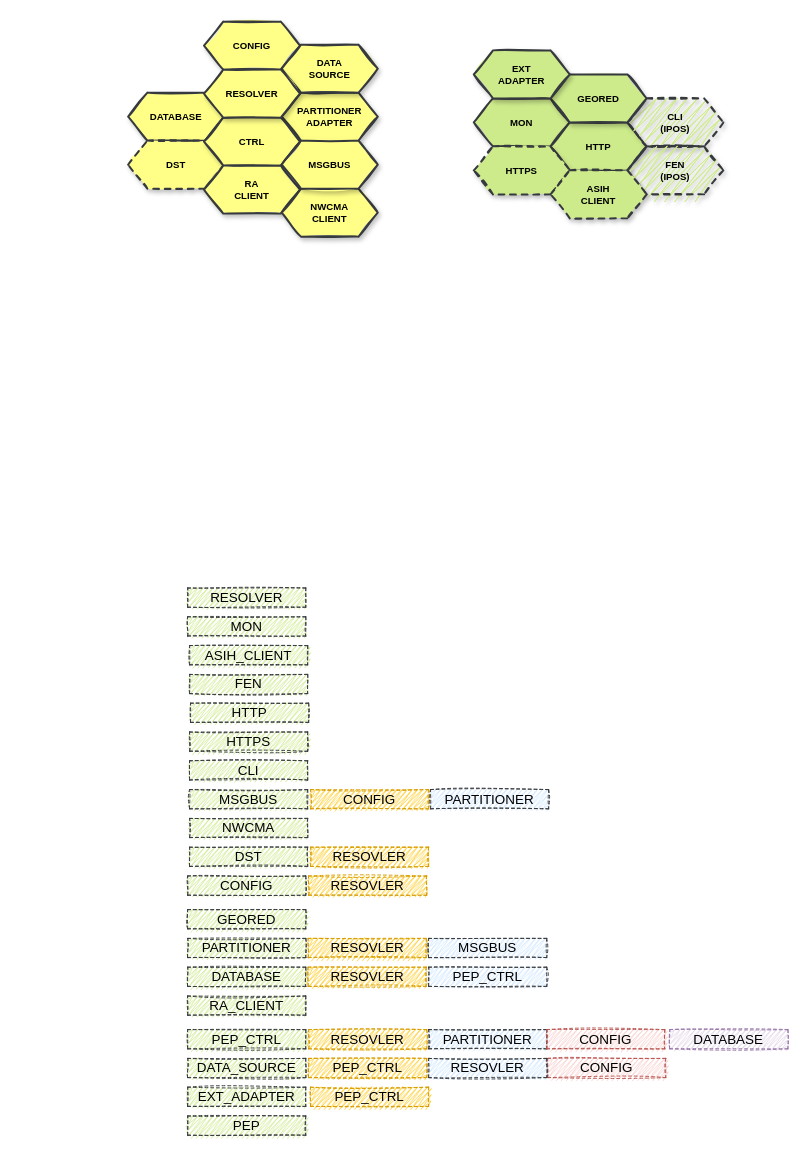
Earlier version of the draw.io diagram page "第 3 页" (3 of 5) of http_server.drawio (SunLucc/Test). Source tidied: cells renumbered, new cells numbered last; positions are measured from the earlier drawing's top-left corner, leaving out a move shared by most shapes. Both pictures are drawn from the tidied source at 96%, with x=0, y=0 at pixel (128, 21).
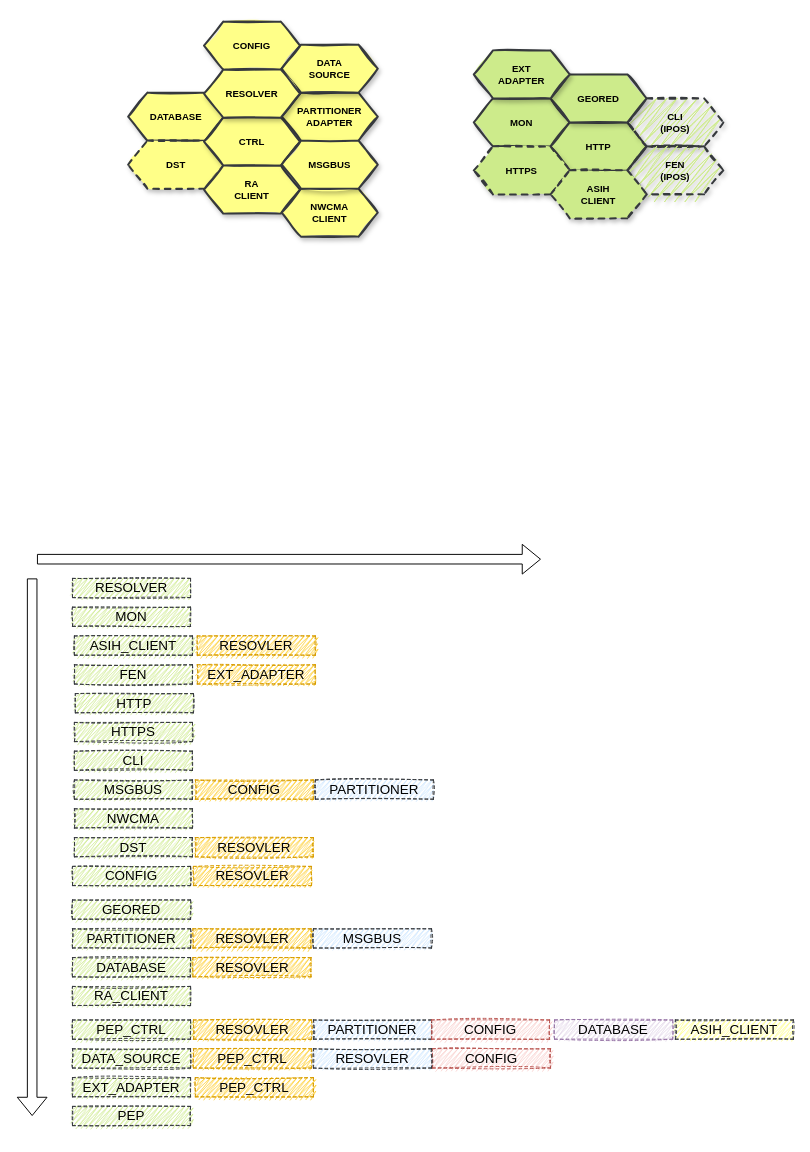
After the change.

What changed in the source:
```diff
@@
+    <mxCell id="56" style="group;" parent="1" vertex="1">
+      <mxGeometry x="-100" y="560" width="793" height="590" as="geometry" />
+    </mxCell>
-    <mxCell id="21" value="FEN" style="whiteSpace=wrap;html=1;align=center;rounded=0;dashed=1;sketch=1;fillStyle=zigzag;fontSize=14;fillColor=#cdeb8b;strokeColor=#36393d;" parent="1" vertex="1">
-      <mxGeometry x="64" y="680" width="123" height="20" as="geometry" />
+    <mxCell id="21" value="FEN" style="whiteSpace=wrap;html=1;align=center;rounded=0;dashed=1;sketch=1;fillStyle=zigzag;fontSize=14;fillColor=#cdeb8b;strokeColor=#36393d;" parent="56" vertex="1">
+      <mxGeometry x="44" y="110" width="123" height="20" as="geometry" />
     </mxCell>
-    <mxCell id="22" value="HTTPS" style="whiteSpace=wrap;html=1;align=center;rounded=0;dashed=1;sketch=1;fillStyle=zigzag;fontSize=14;fillColor=#cdeb8b;strokeColor=#36393d;" parent="1" vertex="1">
-      <mxGeometry x="64" y="740" width="123" height="20" as="geometry" />
+    <mxCell id="22" value="HTTPS" style="whiteSpace=wrap;html=1;align=center;rounded=0;dashed=1;sketch=1;fillStyle=zigzag;fontSize=14;fillColor=#cdeb8b;strokeColor=#36393d;" parent="56" vertex="1">
+      <mxGeometry x="44" y="170" width="123" height="20" as="geometry" />
     </mxCell>
-    <mxCell id="23" value="CLI" style="whiteSpace=wrap;html=1;align=center;rounded=0;dashed=1;sketch=1;fillStyle=zigzag;fontSize=14;fillColor=#cdeb8b;strokeColor=#36393d;" parent="1" vertex="1">
-      <mxGeometry x="64" y="770" width="123" height="20" as="geometry" />
+    <mxCell id="23" value="CLI" style="whiteSpace=wrap;html=1;align=center;rounded=0;dashed=1;sketch=1;fillStyle=zigzag;fontSize=14;fillColor=#cdeb8b;strokeColor=#36393d;" parent="56" vertex="1">
+      <mxGeometry x="44" y="200" width="123" height="20" as="geometry" />
     </mxCell>
-    <mxCell id="24" value="MSGBUS" style="whiteSpace=wrap;html=1;align=center;rounded=0;dashed=1;sketch=1;fillStyle=zigzag;fontSize=14;fillColor=#cdeb8b;strokeColor=#36393d;" parent="1" vertex="1">
-      <mxGeometry x="64" y="800" width="123" height="20" as="geometry" />
+    <mxCell id="24" value="MSGBUS" style="whiteSpace=wrap;html=1;align=center;rounded=0;dashed=1;sketch=1;fillStyle=zigzag;fontSize=14;fillColor=#cdeb8b;strokeColor=#36393d;" parent="56" vertex="1">
+      <mxGeometry x="44" y="230" width="123" height="20" as="geometry" />
     </mxCell>
-    <mxCell id="25" value="NWCMA" style="whiteSpace=wrap;html=1;align=center;rounded=0;dashed=1;sketch=1;fillStyle=zigzag;fontSize=14;fillColor=#cdeb8b;strokeColor=#36393d;" parent="1" vertex="1">
-      <mxGeometry x="64" y="830" width="123" height="20" as="geometry" />
+    <mxCell id="25" value="NWCMA" style="whiteSpace=wrap;html=1;align=center;rounded=0;dashed=1;sketch=1;fillStyle=zigzag;fontSize=14;fillColor=#cdeb8b;strokeColor=#36393d;" parent="56" vertex="1">
+      <mxGeometry x="44" y="260" width="123" height="20" as="geometry" />
     </mxCell>
-    <mxCell id="26" value="DST" style="whiteSpace=wrap;html=1;align=center;rounded=0;dashed=1;sketch=1;fillStyle=zigzag;fontSize=14;fillColor=#cdeb8b;strokeColor=#36393d;" parent="1" vertex="1">
-      <mxGeometry x="64" y="860" width="123" height="20" as="geometry" />
+    <mxCell id="26" value="DST" style="whiteSpace=wrap;html=1;align=center;rounded=0;dashed=1;sketch=1;fillStyle=zigzag;fontSize=14;fillColor=#cdeb8b;strokeColor=#36393d;" parent="56" vertex="1">
+      <mxGeometry x="44" y="290" width="123" height="20" as="geometry" />
     </mxCell>
-    <mxCell id="27" value="GEORED" style="whiteSpace=wrap;html=1;align=center;rounded=0;dashed=1;sketch=1;fillStyle=zigzag;fontSize=14;fillColor=#cdeb8b;strokeColor=#36393d;" parent="1" vertex="1">
-      <mxGeometry x="62" y="925" width="123" height="20" as="geometry" />
+    <mxCell id="27" value="GEORED" style="whiteSpace=wrap;html=1;align=center;rounded=0;dashed=1;sketch=1;fillStyle=zigzag;fontSize=14;fillColor=#cdeb8b;strokeColor=#36393d;" parent="56" vertex="1">
+      <mxGeometry x="42" y="355" width="123" height="20" as="geometry" />
     </mxCell>
-    <mxCell id="28" value="CONFIG" style="whiteSpace=wrap;html=1;align=center;rounded=0;dashed=1;sketch=1;fillStyle=zigzag;fontSize=14;fillColor=#cdeb8b;strokeColor=#36393d;" parent="1" vertex="1">
-      <mxGeometry x="62" y="890" width="123" height="20" as="geometry" />
+    <mxCell id="28" value="CONFIG" style="whiteSpace=wrap;html=1;align=center;rounded=0;dashed=1;sketch=1;fillStyle=zigzag;fontSize=14;fillColor=#cdeb8b;strokeColor=#36393d;" parent="56" vertex="1">
+      <mxGeometry x="42" y="320" width="123" height="20" as="geometry" />
     </mxCell>
-    <mxCell id="29" value="PARTITIONER" style="whiteSpace=wrap;html=1;align=center;rounded=0;dashed=1;sketch=1;fillStyle=zigzag;fontSize=14;fillColor=#cdeb8b;strokeColor=#36393d;" parent="1" vertex="1">
-      <mxGeometry x="62" y="955" width="123" height="20" as="geometry" />
+    <mxCell id="29" value="PARTITIONER" style="whiteSpace=wrap;html=1;align=center;rounded=0;dashed=1;sketch=1;fillStyle=zigzag;fontSize=14;fillColor=#cdeb8b;strokeColor=#36393d;" parent="56" vertex="1">
+      <mxGeometry x="42" y="385" width="123" height="20" as="geometry" />
     </mxCell>
-    <mxCell id="30" value="DATABASE" style="whiteSpace=wrap;html=1;align=center;rounded=0;dashed=1;sketch=1;fillStyle=zigzag;fontSize=14;fillColor=#cdeb8b;strokeColor=#36393d;" parent="1" vertex="1">
-      <mxGeometry x="62" y="985" width="123" height="20" as="geometry" />
+    <mxCell id="30" value="DATABASE" style="whiteSpace=wrap;html=1;align=center;rounded=0;dashed=1;sketch=1;fillStyle=zigzag;fontSize=14;fillColor=#cdeb8b;strokeColor=#36393d;" parent="56" vertex="1">
+      <mxGeometry x="42" y="415" width="123" height="20" as="geometry" />
     </mxCell>
-    <mxCell id="31" value="RA_CLIENT" style="whiteSpace=wrap;html=1;align=center;rounded=0;dashed=1;sketch=1;fillStyle=zigzag;fontSize=14;fillColor=#cdeb8b;strokeColor=#36393d;" parent="1" vertex="1">
-      <mxGeometry x="62" y="1015" width="123" height="20" as="geometry" />
+    <mxCell id="31" value="RA_CLIENT" style="whiteSpace=wrap;html=1;align=center;rounded=0;dashed=1;sketch=1;fillStyle=zigzag;fontSize=14;fillColor=#cdeb8b;strokeColor=#36393d;" parent="56" vertex="1">
+      <mxGeometry x="42" y="445" width="123" height="20" as="geometry" />
     </mxCell>
-    <mxCell id="32" value="PEP_CTRL" style="whiteSpace=wrap;html=1;align=center;rounded=0;dashed=1;sketch=1;fillStyle=zigzag;fontSize=14;fillColor=#cdeb8b;strokeColor=#36393d;" parent="1" vertex="1">
-      <mxGeometry x="62" y="1050" width="123" height="20" as="geometry" />
+    <mxCell id="32" value="PEP_CTRL" style="whiteSpace=wrap;html=1;align=center;rounded=0;dashed=1;sketch=1;fillStyle=zigzag;fontSize=14;fillColor=#cdeb8b;strokeColor=#36393d;" parent="56" vertex="1">
+      <mxGeometry x="42" y="480" width="123" height="20" as="geometry" />
     </mxCell>
-    <mxCell id="33" value="DATA_SOURCE" style="whiteSpace=wrap;html=1;align=center;rounded=0;dashed=1;sketch=1;fillStyle=zigzag;fontSize=14;fillColor=#cdeb8b;strokeColor=#36393d;" parent="1" vertex="1">
-      <mxGeometry x="62" y="1080" width="123" height="20" as="geometry" />
+    <mxCell id="33" value="DATA_SOURCE" style="whiteSpace=wrap;html=1;align=center;rounded=0;dashed=1;sketch=1;fillStyle=zigzag;fontSize=14;fillColor=#cdeb8b;strokeColor=#36393d;" parent="56" vertex="1">
+      <mxGeometry x="42" y="510" width="123" height="20" as="geometry" />
     </mxCell>
-    <mxCell id="34" value="EXT_ADAPTER" style="whiteSpace=wrap;html=1;align=center;rounded=0;dashed=1;sketch=1;fillStyle=zigzag;fontSize=14;fillColor=#cdeb8b;strokeColor=#36393d;" parent="1" vertex="1">
-      <mxGeometry x="62" y="1110" width="123" height="20" as="geometry" />
+    <mxCell id="34" value="EXT_ADAPTER" style="whiteSpace=wrap;html=1;align=center;rounded=0;dashed=1;sketch=1;fillStyle=zigzag;fontSize=14;fillColor=#cdeb8b;strokeColor=#36393d;" parent="56" vertex="1">
+      <mxGeometry x="42" y="540" width="123" height="20" as="geometry" />
     </mxCell>
-    <mxCell id="35" value="PEP" style="whiteSpace=wrap;html=1;align=center;rounded=0;dashed=1;sketch=1;fillStyle=zigzag;fontSize=14;fillColor=#cdeb8b;strokeColor=#36393d;" parent="1" vertex="1">
-      <mxGeometry x="62" y="1140" width="123" height="20" as="geometry" />
+    <mxCell id="35" value="PEP" style="whiteSpace=wrap;html=1;align=center;rounded=0;dashed=1;sketch=1;fillStyle=zigzag;fontSize=14;fillColor=#cdeb8b;strokeColor=#36393d;" parent="56" vertex="1">
+      <mxGeometry x="42" y="570" width="123" height="20" as="geometry" />
     </mxCell>
-    <mxCell id="36" value="RESOVLER" style="whiteSpace=wrap;html=1;align=center;rounded=0;dashed=1;sketch=1;fillStyle=zigzag;fontSize=14;fillColor=#ffcd28;strokeColor=#d79b00;gradientColor=#ffa500;" parent="1" vertex="1">
-      <mxGeometry x="188" y="890" width="123" height="20" as="geometry" />
+    <mxCell id="36" value="RESOVLER" style="whiteSpace=wrap;html=1;align=center;rounded=0;dashed=1;sketch=1;fillStyle=zigzag;fontSize=14;fillColor=#ffcd28;strokeColor=#d79b00;gradientColor=#ffa500;" parent="56" vertex="1">
+      <mxGeometry x="168" y="320" width="123" height="20" as="geometry" />
     </mxCell>
-    <mxCell id="37" value="RESOVLER" style="whiteSpace=wrap;html=1;align=center;rounded=0;dashed=1;sketch=1;fillStyle=zigzag;fontSize=14;fillColor=#ffcd28;strokeColor=#d79b00;gradientColor=#ffa500;" parent="1" vertex="1">
-      <mxGeometry x="187.5" y="985" width="123" height="20" as="geometry" />
+    <mxCell id="37" value="RESOVLER" style="whiteSpace=wrap;html=1;align=center;rounded=0;dashed=1;sketch=1;fillStyle=zigzag;fontSize=14;fillColor=#ffcd28;strokeColor=#d79b00;gradientColor=#ffa500;" parent="56" vertex="1">
+      <mxGeometry x="167.5" y="415" width="123" height="20" as="geometry" />
     </mxCell>
-    <mxCell id="38" value="PEP_CTRL" style="whiteSpace=wrap;html=1;align=center;rounded=0;dashed=1;sketch=1;fillStyle=zigzag;fontSize=14;fillColor=#cce5ff;strokeColor=#36393d;" parent="1" vertex="1">
-      <mxGeometry x="313" y="985" width="123" height="20" as="geometry" />
-    </mxCell>
-    <mxCell id="39" value="RESOVLER" style="whiteSpace=wrap;html=1;align=center;rounded=0;dashed=1;sketch=1;fillStyle=zigzag;fontSize=14;fillColor=#ffcd28;strokeColor=#d79b00;gradientColor=#ffa500;" parent="1" vertex="1">
-      <mxGeometry x="188" y="1050" width="123" height="20" as="geometry" />
+    <mxCell id="39" value="RESOVLER" style="whiteSpace=wrap;html=1;align=center;rounded=0;dashed=1;sketch=1;fillStyle=zigzag;fontSize=14;fillColor=#ffcd28;strokeColor=#d79b00;gradientColor=#ffa500;" parent="56" vertex="1">
+      <mxGeometry x="168" y="480" width="123" height="20" as="geometry" />
     </mxCell>
-    <mxCell id="40" value="RESOVLER" style="whiteSpace=wrap;html=1;align=center;rounded=0;dashed=1;sketch=1;fillStyle=zigzag;fontSize=14;fillColor=#ffcd28;strokeColor=#d79b00;gradientColor=#ffa500;" parent="1" vertex="1">
-      <mxGeometry x="187.5" y="955" width="123" height="20" as="geometry" />
+    <mxCell id="40" value="RESOVLER" style="whiteSpace=wrap;html=1;align=center;rounded=0;dashed=1;sketch=1;fillStyle=zigzag;fontSize=14;fillColor=#ffcd28;strokeColor=#d79b00;gradientColor=#ffa500;" parent="56" vertex="1">
+      <mxGeometry x="167.5" y="385" width="123" height="20" as="geometry" />
     </mxCell>
-    <mxCell id="41" value="MSGBUS" style="whiteSpace=wrap;html=1;align=center;rounded=0;dashed=1;sketch=1;fillStyle=zigzag;fontSize=14;fillColor=#cce5ff;strokeColor=#36393d;" parent="1" vertex="1">
-      <mxGeometry x="313" y="955" width="123" height="20" as="geometry" />
+    <mxCell id="41" value="MSGBUS" style="whiteSpace=wrap;html=1;align=center;rounded=0;dashed=1;sketch=1;fillStyle=zigzag;fontSize=14;fillColor=#cce5ff;strokeColor=#36393d;" parent="56" vertex="1">
+      <mxGeometry x="293" y="385" width="123" height="20" as="geometry" />
     </mxCell>
-    <mxCell id="42" value="PARTITIONER" style="whiteSpace=wrap;html=1;align=center;rounded=0;dashed=1;sketch=1;fillStyle=zigzag;fontSize=14;fillColor=#cce5ff;strokeColor=#36393d;" parent="1" vertex="1">
-      <mxGeometry x="313" y="1050" width="123" height="20" as="geometry" />
+    <mxCell id="42" value="PARTITIONER" style="whiteSpace=wrap;html=1;align=center;rounded=0;dashed=1;sketch=1;fillStyle=zigzag;fontSize=14;fillColor=#cce5ff;strokeColor=#36393d;" parent="56" vertex="1">
+      <mxGeometry x="293" y="480" width="123" height="20" as="geometry" />
     </mxCell>
-    <mxCell id="43" value="CONFIG" style="whiteSpace=wrap;html=1;align=center;rounded=0;dashed=1;sketch=1;fillStyle=zigzag;fontSize=14;fillColor=#f8cecc;strokeColor=#b85450;" parent="1" vertex="1">
-      <mxGeometry x="436" y="1050" width="123" height="20" as="geometry" />
+    <mxCell id="43" value="CONFIG" style="whiteSpace=wrap;html=1;align=center;rounded=0;dashed=1;sketch=1;fillStyle=zigzag;fontSize=14;fillColor=#f8cecc;strokeColor=#b85450;" parent="56" vertex="1">
+      <mxGeometry x="416" y="480" width="123" height="20" as="geometry" />
     </mxCell>
-    <mxCell id="44" value="DATABASE" style="whiteSpace=wrap;html=1;align=center;rounded=0;dashed=1;sketch=1;fillStyle=zigzag;fontSize=14;fillColor=#e1d5e7;strokeColor=#9673a6;" parent="1" vertex="1">
-      <mxGeometry x="564.2" y="1050" width="123" height="20" as="geometry" />
+    <mxCell id="44" value="DATABASE" style="whiteSpace=wrap;html=1;align=center;rounded=0;dashed=1;sketch=1;fillStyle=zigzag;fontSize=14;fillColor=#e1d5e7;strokeColor=#9673a6;" parent="56" vertex="1">
+      <mxGeometry x="544.2" y="480" width="123" height="20" as="geometry" />
     </mxCell>
-    <mxCell id="45" value="PEP_CTRL" style="whiteSpace=wrap;html=1;align=center;rounded=0;dashed=1;sketch=1;fillStyle=zigzag;fontSize=14;fillColor=#ffcd28;strokeColor=#d79b00;gradientColor=#ffa500;" parent="1" vertex="1">
-      <mxGeometry x="190" y="1110" width="123" height="20" as="geometry" />
+    <mxCell id="45" value="PEP_CTRL" style="whiteSpace=wrap;html=1;align=center;rounded=0;dashed=1;sketch=1;fillStyle=zigzag;fontSize=14;fillColor=#ffcd28;strokeColor=#d79b00;gradientColor=#ffa500;" parent="56" vertex="1">
+      <mxGeometry x="170" y="540" width="123" height="20" as="geometry" />
     </mxCell>
-    <mxCell id="46" value="RESOVLER" style="whiteSpace=wrap;html=1;align=center;rounded=0;dashed=1;sketch=1;fillStyle=zigzag;fontSize=14;fillColor=#ffcd28;strokeColor=#d79b00;gradientColor=#ffa500;" parent="1" vertex="1">
-      <mxGeometry x="190" y="860" width="123" height="20" as="geometry" />
+    <mxCell id="46" value="RESOVLER" style="whiteSpace=wrap;html=1;align=center;rounded=0;dashed=1;sketch=1;fillStyle=zigzag;fontSize=14;fillColor=#ffcd28;strokeColor=#d79b00;gradientColor=#ffa500;" parent="56" vertex="1">
+      <mxGeometry x="170" y="290" width="123" height="20" as="geometry" />
     </mxCell>
-    <mxCell id="47" value="PEP_CTRL" style="whiteSpace=wrap;html=1;align=center;rounded=0;dashed=1;sketch=1;fillStyle=zigzag;fontSize=14;fillColor=#ffcd28;strokeColor=#d79b00;gradientColor=#ffa500;" parent="1" vertex="1">
-      <mxGeometry x="188" y="1080" width="123" height="20" as="geometry" />
+    <mxCell id="47" value="PEP_CTRL" style="whiteSpace=wrap;html=1;align=center;rounded=0;dashed=1;sketch=1;fillStyle=zigzag;fontSize=14;fillColor=#ffcd28;strokeColor=#d79b00;gradientColor=#ffa500;" parent="56" vertex="1">
+      <mxGeometry x="168" y="510" width="123" height="20" as="geometry" />
     </mxCell>
-    <mxCell id="48" value="CONFIG" style="whiteSpace=wrap;html=1;align=center;rounded=0;dashed=1;sketch=1;fillStyle=zigzag;fontSize=14;fillColor=#f8cecc;strokeColor=#b85450;" parent="1" vertex="1">
-      <mxGeometry x="437" y="1080" width="123" height="20" as="geometry" />
+    <mxCell id="48" value="CONFIG" style="whiteSpace=wrap;html=1;align=center;rounded=0;dashed=1;sketch=1;fillStyle=zigzag;fontSize=14;fillColor=#f8cecc;strokeColor=#b85450;" parent="56" vertex="1">
+      <mxGeometry x="417" y="510" width="123" height="20" as="geometry" />
     </mxCell>
-    <mxCell id="49" value="RESOVLER" style="whiteSpace=wrap;html=1;align=center;rounded=0;dashed=1;sketch=1;fillStyle=zigzag;fontSize=14;fillColor=#cce5ff;strokeColor=#36393d;" parent="1" vertex="1">
-      <mxGeometry x="313" y="1080" width="123" height="20" as="geometry" />
+    <mxCell id="49" value="RESOVLER" style="whiteSpace=wrap;html=1;align=center;rounded=0;dashed=1;sketch=1;fillStyle=zigzag;fontSize=14;fillColor=#cce5ff;strokeColor=#36393d;" parent="56" vertex="1">
+      <mxGeometry x="293" y="510" width="123" height="20" as="geometry" />
     </mxCell>
-    <mxCell id="50" value="PARTITIONER" style="whiteSpace=wrap;html=1;align=center;rounded=0;dashed=1;sketch=1;fillStyle=zigzag;fontSize=14;fillColor=#cce5ff;strokeColor=#36393d;" parent="1" vertex="1">
-      <mxGeometry x="315" y="800" width="123" height="20" as="geometry" />
+    <mxCell id="50" value="PARTITIONER" style="whiteSpace=wrap;html=1;align=center;rounded=0;dashed=1;sketch=1;fillStyle=zigzag;fontSize=14;fillColor=#cce5ff;strokeColor=#36393d;" parent="56" vertex="1">
+      <mxGeometry x="295" y="230" width="123" height="20" as="geometry" />
     </mxCell>
-    <mxCell id="51" value="CONFIG" style="whiteSpace=wrap;html=1;align=center;rounded=0;dashed=1;sketch=1;fillStyle=zigzag;fontSize=14;fillColor=#ffcd28;strokeColor=#d79b00;gradientColor=#ffa500;" parent="1" vertex="1">
-      <mxGeometry x="190" y="800" width="123" height="20" as="geometry" />
+    <mxCell id="51" value="CONFIG" style="whiteSpace=wrap;html=1;align=center;rounded=0;dashed=1;sketch=1;fillStyle=zigzag;fontSize=14;fillColor=#ffcd28;strokeColor=#d79b00;gradientColor=#ffa500;" parent="56" vertex="1">
+      <mxGeometry x="170" y="230" width="123" height="20" as="geometry" />
     </mxCell>
-    <mxCell id="52" value="HTTP" style="whiteSpace=wrap;html=1;align=center;rounded=0;dashed=1;sketch=1;fillStyle=zigzag;fontSize=14;fillColor=#cdeb8b;strokeColor=#36393d;" parent="1" vertex="1">
-      <mxGeometry x="65" y="710" width="123" height="20" as="geometry" />
+    <mxCell id="52" value="HTTP" style="whiteSpace=wrap;html=1;align=center;rounded=0;dashed=1;sketch=1;fillStyle=zigzag;fontSize=14;fillColor=#cdeb8b;strokeColor=#36393d;" parent="56" vertex="1">
+      <mxGeometry x="45" y="140" width="123" height="20" as="geometry" />
     </mxCell>
-    <mxCell id="53" value="ASIH_CLIENT" style="whiteSpace=wrap;html=1;align=center;rounded=0;dashed=1;sketch=1;fillStyle=zigzag;fontSize=14;fillColor=#cdeb8b;strokeColor=#36393d;" parent="1" vertex="1">
-      <mxGeometry x="64" y="650" width="123" height="20" as="geometry" />
+    <mxCell id="53" value="ASIH_CLIENT" style="whiteSpace=wrap;html=1;align=center;rounded=0;dashed=1;sketch=1;fillStyle=zigzag;fontSize=14;fillColor=#cdeb8b;strokeColor=#36393d;" parent="56" vertex="1">
+      <mxGeometry x="44" y="80" width="123" height="20" as="geometry" />
     </mxCell>
-    <mxCell id="54" value="MON" style="whiteSpace=wrap;html=1;align=center;rounded=0;dashed=1;sketch=1;fillStyle=zigzag;fontSize=14;fillColor=#cdeb8b;strokeColor=#36393d;" parent="1" vertex="1">
-      <mxGeometry x="62" y="620" width="123" height="20" as="geometry" />
+    <mxCell id="54" value="MON" style="whiteSpace=wrap;html=1;align=center;rounded=0;dashed=1;sketch=1;fillStyle=zigzag;fontSize=14;fillColor=#cdeb8b;strokeColor=#36393d;" parent="56" vertex="1">
+      <mxGeometry x="42" y="50" width="123" height="20" as="geometry" />
     </mxCell>
-    <mxCell id="55" value="RESOLVER" style="whiteSpace=wrap;html=1;align=center;rounded=0;dashed=1;sketch=1;fillStyle=zigzag;fontSize=14;fillColor=#cdeb8b;strokeColor=#36393d;" parent="1" vertex="1">
-      <mxGeometry x="62" y="590" width="123" height="20" as="geometry" />
+    <mxCell id="55" value="RESOLVER" style="whiteSpace=wrap;html=1;align=center;rounded=0;dashed=1;sketch=1;fillStyle=zigzag;fontSize=14;fillColor=#cdeb8b;strokeColor=#36393d;" parent="56" vertex="1">
+      <mxGeometry x="42" y="20" width="123" height="20" as="geometry" />
     </mxCell>
+    <mxCell id="57" style="shape=flexArrow;endArrow=classic;html=1;rounded=0;fontFamily=Comic Sans MS;fontSize=14;fontColor=#FFFFFF;" parent="56" edge="1">
+      <mxGeometry x="0.14" y="60" relative="1" as="geometry">
+        <mxPoint y="20" as="sourcePoint" />
+        <mxPoint y="580" as="targetPoint" />
+      </mxGeometry>
+    </mxCell>
+    <mxCell id="58" style="shape=flexArrow;endArrow=classic;html=1;rounded=0;fontFamily=Comic Sans MS;fontSize=14;fontColor=#FFFFFF;" parent="56" edge="1">
+      <mxGeometry relative="1" as="geometry">
+        <mxPoint x="5" as="sourcePoint" />
+        <mxPoint x="530" as="targetPoint" />
+      </mxGeometry>
+    </mxCell>
+    <mxCell id="59" value="ASIH_CLIENT" style="whiteSpace=wrap;html=1;align=center;rounded=0;dashed=1;sketch=1;fillStyle=zigzag;fontSize=14;fillColor=#ffff88;strokeColor=#36393d;" parent="56" vertex="1">
+      <mxGeometry x="670" y="480" width="123" height="20" as="geometry" />
+    </mxCell>
+    <mxCell id="60" value="EXT_ADAPTER" style="whiteSpace=wrap;html=1;align=center;rounded=0;dashed=1;sketch=1;fillStyle=zigzag;fontSize=14;fillColor=#ffcd28;strokeColor=#d79b00;gradientColor=#ffa500;" parent="56" vertex="1">
+      <mxGeometry x="172" y="110" width="123" height="20" as="geometry" />
+    </mxCell>
+    <mxCell id="61" value="RESOVLER" style="whiteSpace=wrap;html=1;align=center;rounded=0;dashed=1;sketch=1;fillStyle=zigzag;fontSize=14;fillColor=#ffcd28;strokeColor=#d79b00;gradientColor=#ffa500;" parent="56" vertex="1">
+      <mxGeometry x="172" y="80" width="123" height="20" as="geometry" />
+    </mxCell>
```
